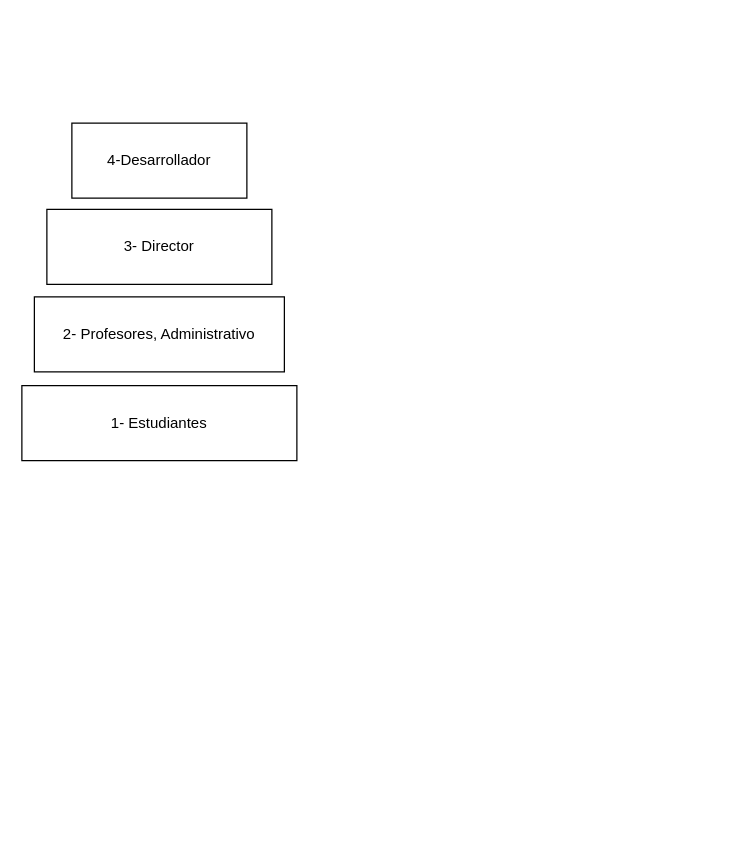
Before: sql/nivel_seguridad.drawio in Bladi452/edutec, a draw.io diagram. Source tidied: cells renumbered, new cells numbered last; positions are measured from the earlier drawing's top-left corner, leaving out a move shared by most shapes. Both pictures are drawn from the tidied source at 125%, with x=0, y=0 at pixel (21, 122).
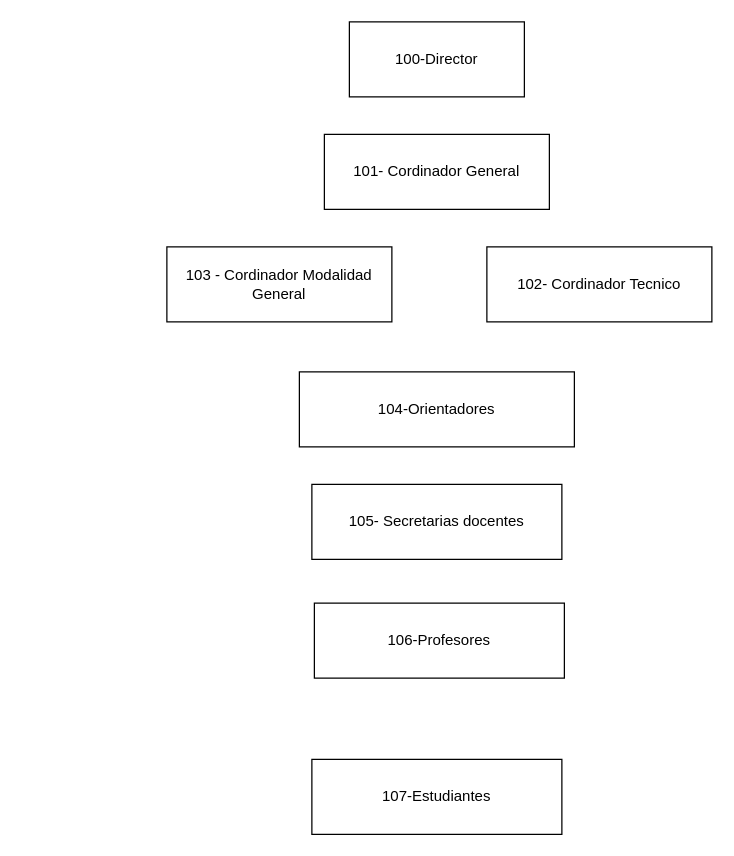
After the change.

The edit, as a diff of the source:
```diff
@@
 <mxGraphModel>
   <root>
     <mxCell id="0" />
     <mxCell id="1" parent="0" />
-    <mxCell id="2" value="1- Estudiantes" style="rounded=0;whiteSpace=wrap;html=1;" parent="1" vertex="1">
-      <mxGeometry y="210" width="220" height="60" as="geometry" />
+    <mxCell id="2" value="104-Orientadores" style="rounded=0;whiteSpace=wrap;html=1;" parent="1" vertex="1">
+      <mxGeometry x="222" y="199" width="220" height="60" as="geometry" />
     </mxCell>
-    <mxCell id="3" value="2- Profesores, Administrativo" style="rounded=0;whiteSpace=wrap;html=1;" parent="1" vertex="1">
-      <mxGeometry x="10" y="139" width="200" height="60" as="geometry" />
+    <mxCell id="3" value="106-Profesores" style="rounded=0;whiteSpace=wrap;html=1;" parent="1" vertex="1">
+      <mxGeometry x="234" y="384" width="200" height="60" as="geometry" />
     </mxCell>
-    <mxCell id="4" value="3- Director" style="rounded=0;whiteSpace=wrap;html=1;" parent="1" vertex="1">
-      <mxGeometry x="20" y="69" width="180" height="60" as="geometry" />
+    <mxCell id="4" value="102- Cordinador Tecnico" style="rounded=0;whiteSpace=wrap;html=1;" parent="1" vertex="1">
+      <mxGeometry x="372" y="99" width="180" height="60" as="geometry" />
     </mxCell>
-    <mxCell id="5" value="4-Desarrollador" style="rounded=0;whiteSpace=wrap;html=1;" parent="1" vertex="1">
-      <mxGeometry x="40" width="140" height="60" as="geometry" />
+    <mxCell id="5" value="100-Director" style="rounded=0;whiteSpace=wrap;html=1;" parent="1" vertex="1">
+      <mxGeometry x="262" y="-81" width="140" height="60" as="geometry" />
     </mxCell>
+    <mxCell id="6" value="101- Cordinador General" style="rounded=0;whiteSpace=wrap;html=1;" parent="1" vertex="1">
+      <mxGeometry x="242" y="9" width="180" height="60" as="geometry" />
+    </mxCell>
+    <mxCell id="7" value="103 - Cordinador Modalidad General" style="rounded=0;whiteSpace=wrap;html=1;" parent="1" vertex="1">
+      <mxGeometry x="116" y="99" width="180" height="60" as="geometry" />
+    </mxCell>
+    <mxCell id="8" value="105- Secretarias docentes" style="rounded=0;whiteSpace=wrap;html=1;" parent="1" vertex="1">
+      <mxGeometry x="232" y="289" width="200" height="60" as="geometry" />
+    </mxCell>
+    <mxCell id="9" value="107-Estudiantes" style="rounded=0;whiteSpace=wrap;html=1;" parent="1" vertex="1">
+      <mxGeometry x="232" y="509" width="200" height="60" as="geometry" />
+    </mxCell>
   </root>
 </mxGraphModel>
```
